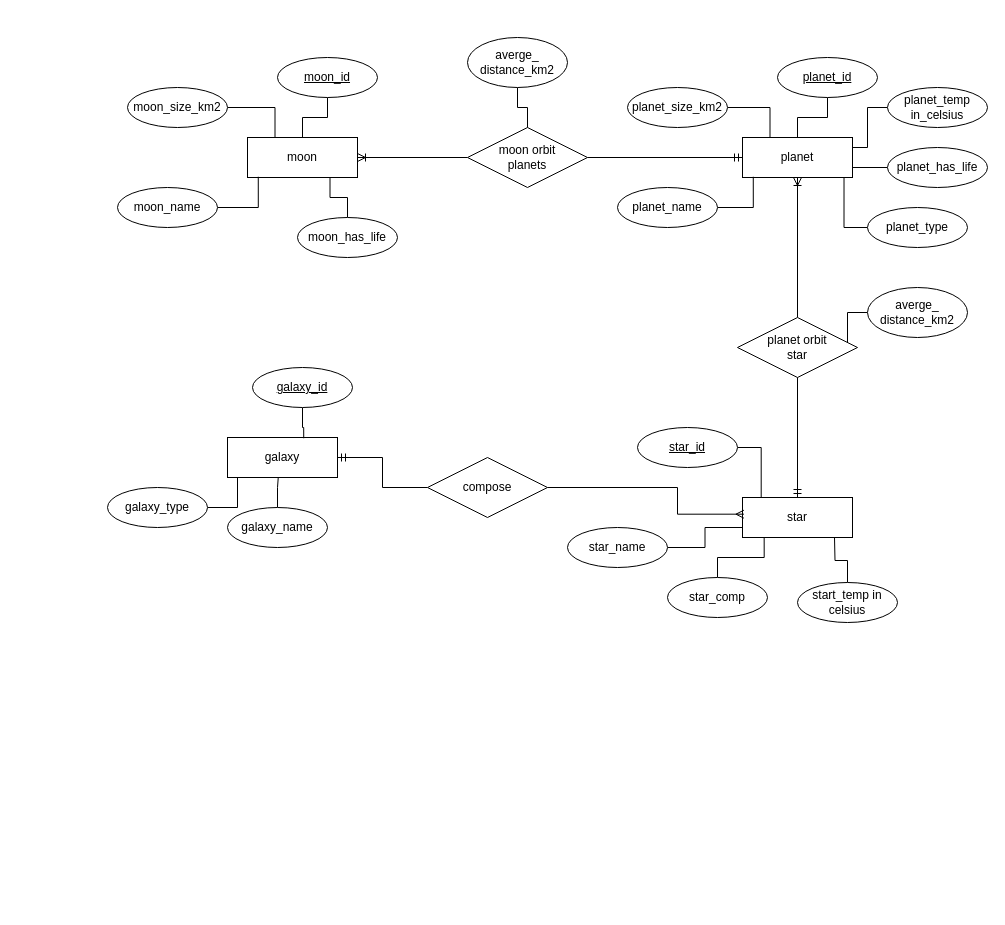
yunagosh7/celestial-bodies-database keeps this draw.io diagram as der/celestial bodies.drawio. Above is the earlier version. Source tidied: cells renumbered, new cells numbered last; positions are measured from the earlier drawing's top-left corner, leaving out a move shared by most shapes. Both pictures are drawn from the tidied source at 100%, with x=0, y=0 at pixel (107, 37).
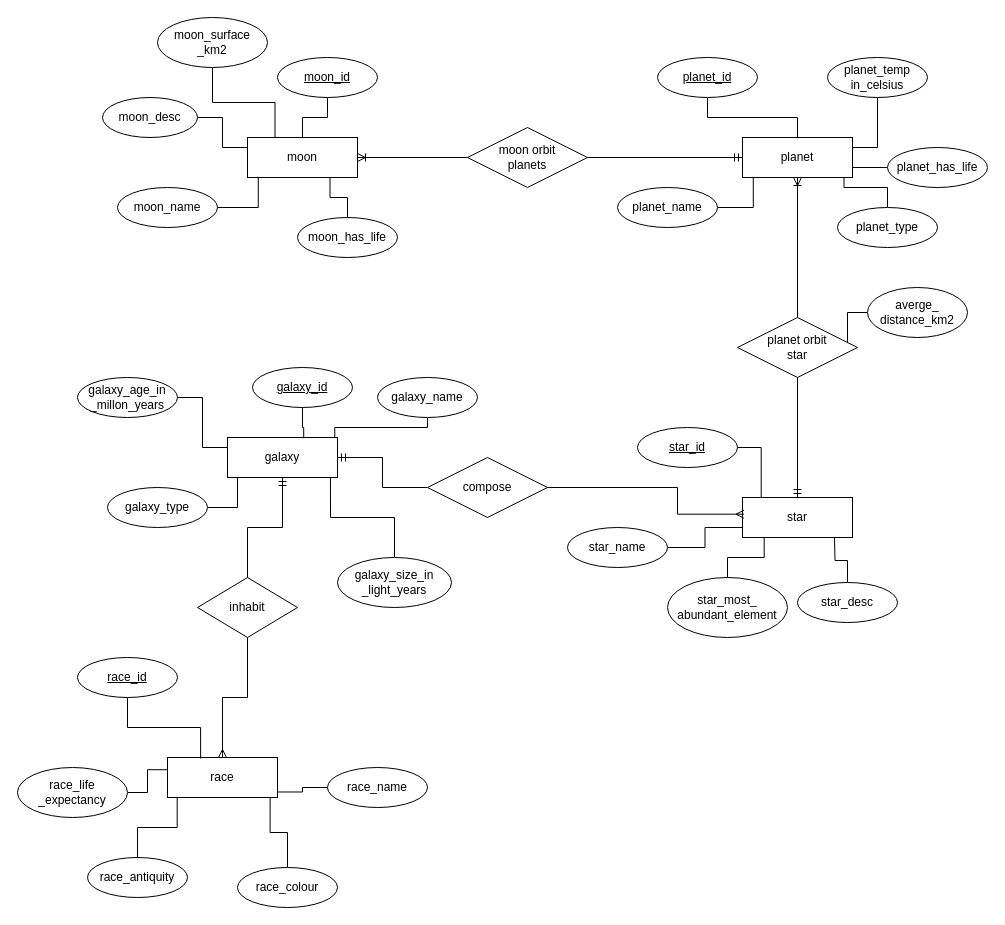
The same diagram, later.

Unchanged cells that the change refers to:
```xml
<mxCell id="2" value="moon" style="rounded=0;whiteSpace=wrap;html=1;" parent="1" vertex="1">
  <mxGeometry x="140" y="100" width="110" height="40" as="geometry" />
</mxCell>
<mxCell id="11" value="moon orbit&lt;br&gt;planets" style="shape=rhombus;perimeter=rhombusPerimeter;whiteSpace=wrap;html=1;align=center;" parent="1" vertex="1">
  <mxGeometry x="360" y="90" width="120" height="60" as="geometry" />
</mxCell>
<mxCell id="13" value="planet" style="rounded=0;whiteSpace=wrap;html=1;" parent="1" vertex="1">
  <mxGeometry x="635" y="100" width="110" height="40" as="geometry" />
</mxCell>
<mxCell id="43" value="galaxy" style="rounded=0;whiteSpace=wrap;html=1;" parent="1" vertex="1">
  <mxGeometry x="120" y="400" width="110" height="40" as="geometry" />
</mxCell>
```

Diff of the diagram source:
```diff
@@
-<mxGraphModel>
+<mxGraphModel background="#FFFFFF">
@@
-    <mxCell id="6" value="moon_size_km2" style="ellipse;whiteSpace=wrap;html=1;align=center;" parent="1" vertex="1">
-      <mxGeometry x="20" y="50" width="100" height="40" as="geometry" />
+    <mxCell id="6" value="moon_surface&lt;br&gt;_km2" style="ellipse;whiteSpace=wrap;html=1;align=center;" parent="1" vertex="1">
+      <mxGeometry x="50" y="-20" width="110" height="50" as="geometry" />
     </mxCell>
@@
     <mxCell id="15" value="planet_id" style="ellipse;whiteSpace=wrap;html=1;align=center;fontStyle=4;" parent="1" vertex="1">
-      <mxGeometry x="670" y="20" width="100" height="40" as="geometry" />
+      <mxGeometry x="550" y="20" width="100" height="40" as="geometry" />
     </mxCell>
-    <mxCell id="16" style="edgeStyle=orthogonalEdgeStyle;rounded=0;jettySize=auto;html=1;entryX=0.25;entryY=0;entryDx=0;entryDy=0;endArrow=none;endFill=0;" parent="1" edge="1" source="17" target="13">
-      <mxGeometry relative="1" as="geometry" />
-    </mxCell>
-    <mxCell id="17" value="planet_size_km2" style="ellipse;whiteSpace=wrap;html=1;align=center;" parent="1" vertex="1">
-      <mxGeometry x="520" y="50" width="100" height="40" as="geometry" />
-    </mxCell>
@@
-    <mxCell id="20" style="edgeStyle=orthogonalEdgeStyle;rounded=0;jettySize=auto;html=1;endArrow=none;endFill=0;" parent="1" edge="1" source="21" target="11">
-      <mxGeometry relative="1" as="geometry" />
-    </mxCell>
-    <mxCell id="21" value="averge_&lt;br&gt;distance_km2" style="ellipse;whiteSpace=wrap;html=1;" parent="1" vertex="1">
-      <mxGeometry x="360" width="100" height="50" as="geometry" />
-    </mxCell>
@@
     <mxCell id="23" value="planet_type" style="ellipse;whiteSpace=wrap;html=1;align=center;" parent="1" vertex="1">
-      <mxGeometry x="760" y="170" width="100" height="40" as="geometry" />
+      <mxGeometry x="730" y="170" width="100" height="40" as="geometry" />
     </mxCell>
@@
     <mxCell id="25" value="planet_temp&lt;br&gt;in_celsius" style="ellipse;whiteSpace=wrap;html=1;align=center;" parent="1" vertex="1">
-      <mxGeometry x="780" y="50" width="100" height="40" as="geometry" />
+      <mxGeometry x="720" y="20" width="100" height="40" as="geometry" />
     </mxCell>
@@
-    <mxCell id="36" value="star_comp" style="ellipse;whiteSpace=wrap;html=1;align=center;" parent="1" vertex="1">
-      <mxGeometry x="560" y="540" width="100" height="40" as="geometry" />
+    <mxCell id="36" value="star_most_&lt;br&gt;abundant_element" style="ellipse;whiteSpace=wrap;html=1;align=center;" parent="1" vertex="1">
+      <mxGeometry x="560" y="540" width="120" height="60" as="geometry" />
     </mxCell>
@@
-    <mxCell id="38" value="start_temp in celsius" style="ellipse;whiteSpace=wrap;html=1;align=center;" parent="1" vertex="1">
+    <mxCell id="38" value="star_desc" style="ellipse;whiteSpace=wrap;html=1;align=center;" parent="1" vertex="1">
       <mxGeometry x="690" y="545" width="100" height="40" as="geometry" />
     </mxCell>
@@
-    <mxCell id="46" style="edgeStyle=orthogonalEdgeStyle;rounded=0;jettySize=auto;html=1;entryX=0.461;entryY=1.013;entryDx=0;entryDy=0;entryPerimeter=0;endArrow=none;endFill=0;" parent="1" edge="1" source="47" target="43">
-      <mxGeometry relative="1" as="geometry" />
+    <mxCell id="46" style="edgeStyle=orthogonalEdgeStyle;rounded=0;jettySize=auto;html=1;entryX=0.975;entryY=0.009;entryDx=0;entryDy=0;entryPerimeter=0;endArrow=none;endFill=0;" parent="1" edge="1" source="47" target="43">
+      <mxGeometry relative="1" as="geometry">
+        <Array as="points">
+          <mxPoint x="227" y="390" />
+        </Array>
+      </mxGeometry>
     </mxCell>
     <mxCell id="47" value="galaxy_name" style="ellipse;whiteSpace=wrap;html=1;align=center;" parent="1" vertex="1">
-      <mxGeometry x="120" y="470" width="100" height="40" as="geometry" />
+      <mxGeometry x="270" y="340" width="100" height="40" as="geometry" />
     </mxCell>
@@
+    <mxCell id="54" style="edgeStyle=orthogonalEdgeStyle;rounded=0;jettySize=auto;html=1;entryX=0;entryY=0.25;entryDx=0;entryDy=0;endArrow=none;endFill=0;" parent="1" edge="1" source="55" target="43">
+      <mxGeometry relative="1" as="geometry" />
+    </mxCell>
+    <mxCell id="55" value="galaxy_age_in&lt;br&gt;_millon_years" style="ellipse;whiteSpace=wrap;html=1;align=center;" parent="1" vertex="1">
+      <mxGeometry x="-30" y="340" width="100" height="40" as="geometry" />
+    </mxCell>
+    <mxCell id="56" style="edgeStyle=orthogonalEdgeStyle;rounded=0;jettySize=auto;html=1;entryX=0.936;entryY=1.004;entryDx=0;entryDy=0;entryPerimeter=0;endArrow=none;endFill=0;" parent="1" edge="1" source="57" target="43">
+      <mxGeometry relative="1" as="geometry" />
+    </mxCell>
+    <mxCell id="57" value="galaxy_size_in&lt;br&gt;_light_years" style="ellipse;whiteSpace=wrap;html=1;align=center;" parent="1" vertex="1">
+      <mxGeometry x="230" y="520" width="114" height="50" as="geometry" />
+    </mxCell>
+    <mxCell id="58" style="edgeStyle=orthogonalEdgeStyle;rounded=0;jettySize=auto;html=1;entryX=0;entryY=0.25;entryDx=0;entryDy=0;endArrow=none;endFill=0;" parent="1" edge="1" source="59" target="2">
+      <mxGeometry relative="1" as="geometry" />
+    </mxCell>
+    <mxCell id="59" value="moon_desc" style="ellipse;whiteSpace=wrap;html=1;align=center;" parent="1" vertex="1">
+      <mxGeometry x="-5" y="60" width="95" height="40" as="geometry" />
+    </mxCell>
+    <mxCell id="60" value="race" style="rounded=0;whiteSpace=wrap;html=1;" parent="1" vertex="1">
+      <mxGeometry x="60" y="720" width="110" height="40" as="geometry" />
+    </mxCell>
+    <mxCell id="61" style="edgeStyle=orthogonalEdgeStyle;rounded=0;jettySize=auto;html=1;entryX=1.005;entryY=0.862;entryDx=0;entryDy=0;entryPerimeter=0;endArrow=none;endFill=0;" parent="1" edge="1" source="62" target="60">
+      <mxGeometry relative="1" as="geometry" />
+    </mxCell>
+    <mxCell id="62" value="race_name" style="ellipse;whiteSpace=wrap;html=1;align=center;" parent="1" vertex="1">
+      <mxGeometry x="220" y="730" width="100" height="40" as="geometry" />
+    </mxCell>
+    <mxCell id="63" style="edgeStyle=orthogonalEdgeStyle;rounded=0;jettySize=auto;html=1;entryX=0.301;entryY=0.025;entryDx=0;entryDy=0;entryPerimeter=0;endArrow=none;endFill=0;" parent="1" edge="1" source="64" target="60">
+      <mxGeometry relative="1" as="geometry" />
+    </mxCell>
+    <mxCell id="64" value="race_id" style="ellipse;whiteSpace=wrap;html=1;align=center;fontStyle=4;" parent="1" vertex="1">
+      <mxGeometry x="-30" y="620" width="100" height="40" as="geometry" />
+    </mxCell>
+    <mxCell id="65" style="edgeStyle=orthogonalEdgeStyle;rounded=0;jettySize=auto;html=1;entryX=0.933;entryY=0.998;entryDx=0;entryDy=0;entryPerimeter=0;endArrow=none;endFill=0;" parent="1" edge="1" source="66" target="60">
+      <mxGeometry relative="1" as="geometry" />
+    </mxCell>
+    <mxCell id="66" value="race_colour" style="ellipse;whiteSpace=wrap;html=1;align=center;" parent="1" vertex="1">
+      <mxGeometry x="130" y="830" width="100" height="40" as="geometry" />
+    </mxCell>
+    <mxCell id="67" style="edgeStyle=orthogonalEdgeStyle;rounded=0;jettySize=auto;html=1;entryX=0.088;entryY=0.982;entryDx=0;entryDy=0;entryPerimeter=0;endArrow=none;endFill=0;" parent="1" edge="1" source="68" target="60">
+      <mxGeometry relative="1" as="geometry" />
+    </mxCell>
+    <mxCell id="68" value="race_antiquity" style="ellipse;whiteSpace=wrap;html=1;align=center;" parent="1" vertex="1">
+      <mxGeometry x="-20" y="820" width="100" height="40" as="geometry" />
+    </mxCell>
+    <mxCell id="69" style="edgeStyle=orthogonalEdgeStyle;rounded=0;jettySize=auto;html=1;entryX=-0.001;entryY=0.306;entryDx=0;entryDy=0;entryPerimeter=0;endArrow=none;endFill=0;" parent="1" edge="1" source="70" target="60">
+      <mxGeometry relative="1" as="geometry" />
+    </mxCell>
+    <mxCell id="70" value="race_life&lt;br&gt;_expectancy" style="ellipse;whiteSpace=wrap;html=1;align=center;" parent="1" vertex="1">
+      <mxGeometry x="-90" y="730" width="110" height="50" as="geometry" />
+    </mxCell>
+    <mxCell id="71" style="edgeStyle=orthogonalEdgeStyle;rounded=0;jettySize=auto;html=1;endArrow=ERmany;endFill=0;" parent="1" edge="1" source="73" target="60">
+      <mxGeometry relative="1" as="geometry" />
+    </mxCell>
+    <mxCell id="72" style="edgeStyle=orthogonalEdgeStyle;rounded=0;jettySize=auto;html=1;endArrow=ERmandOne;endFill=0;" parent="1" edge="1" source="73" target="43">
+      <mxGeometry relative="1" as="geometry" />
+    </mxCell>
+    <mxCell id="73" value="inhabit" style="shape=rhombus;perimeter=rhombusPerimeter;whiteSpace=wrap;html=1;align=center;" parent="1" vertex="1">
+      <mxGeometry x="90" y="540" width="100" height="60" as="geometry" />
+    </mxCell>
```
